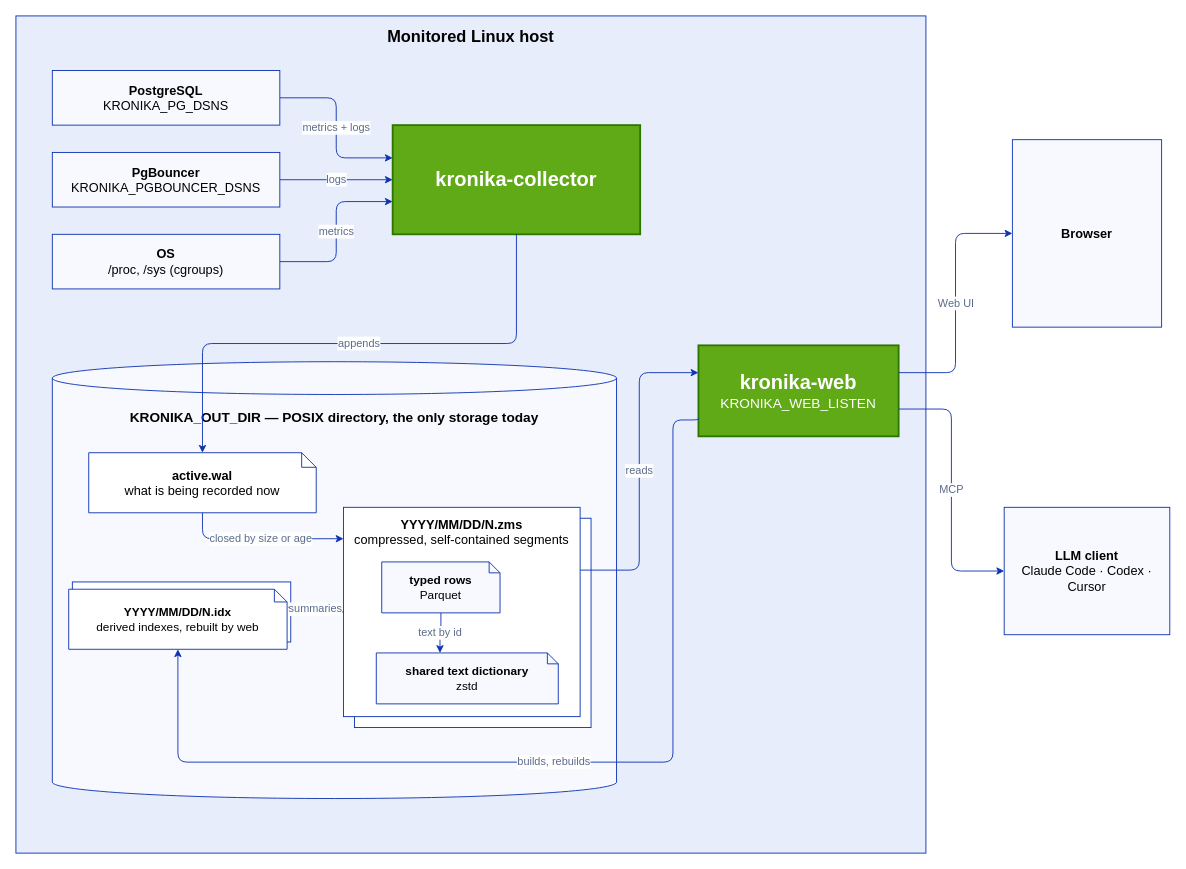
vadv/Kronika keeps this draw.io diagram as docs/diagrams/architecture.drawio. Above is the earlier version. Source tidied: cells renumbered, new cells numbered last; positions are measured from the earlier drawing's top-left corner, leaving out a move shared by most shapes. Both pictures are drawn from the tidied source at 91%, with x=0, y=0 at pixel (15, 15).
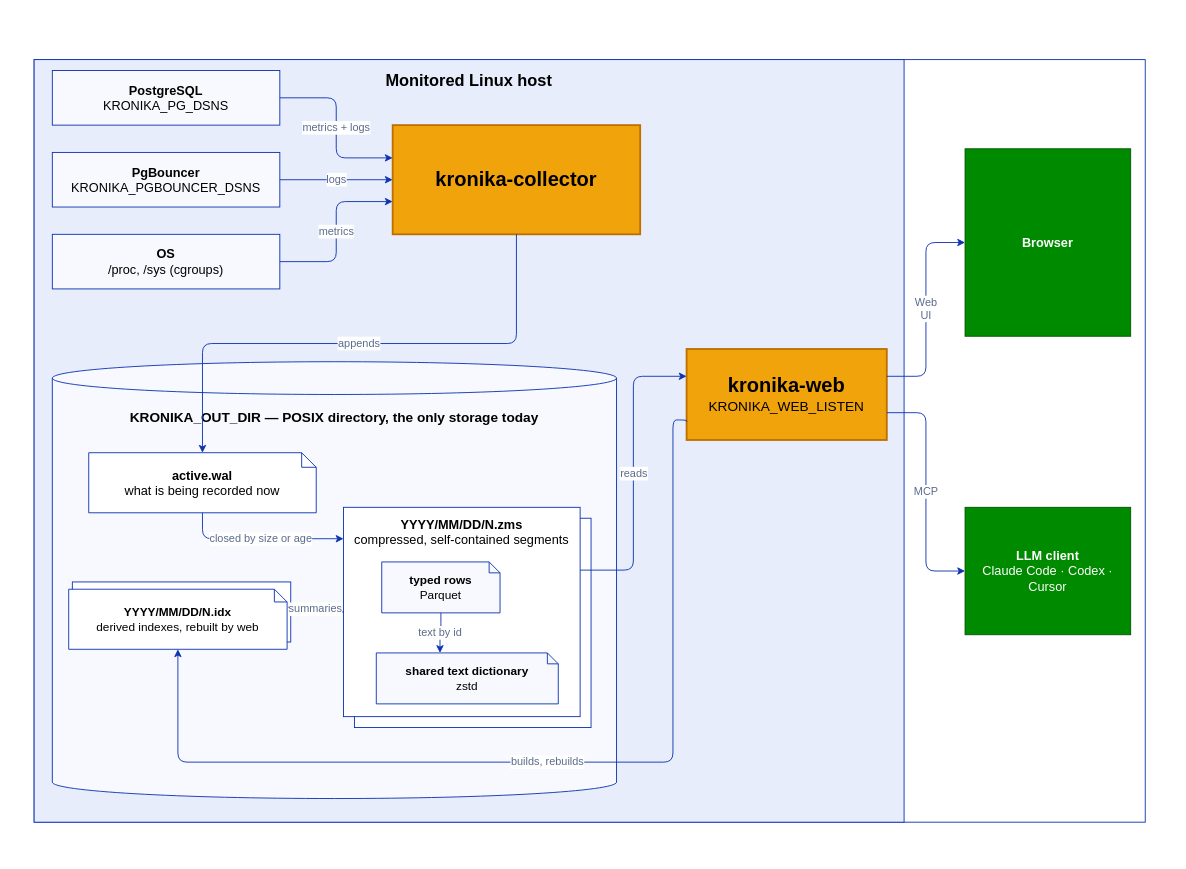
After the change.

Change to the diagram source:
```diff
@@
+    <mxCell id="29" style="rounded=0;whiteSpace=wrap;html=1;fillColor=none;strokeColor=#0d32b2;verticalAlign=top;fontSize=18;fontStyle=1;align=center;spacingTop=6;" parent="1" vertex="1">
+      <mxGeometry x="20" y="48" width="1221" height="838" as="geometry" />
+    </mxCell>
     <mxCell id="2" value="Monitored Linux host" style="rounded=0;whiteSpace=wrap;html=1;fillColor=#E8EDFB;strokeColor=#0d32b2;verticalAlign=top;fontSize=18;fontStyle=1;align=center;spacingTop=6;" parent="1" vertex="1">
-      <mxGeometry width="1000" height="920" as="geometry" />
+      <mxGeometry x="20" y="48" width="956" height="838" as="geometry" />
     </mxCell>
@@
-    <mxCell id="6" value="&lt;b&gt;&lt;font style=&quot;font-size: 22px;&quot;&gt;kronika-collector&lt;/font&gt;&lt;/b&gt;" style="rounded=0;whiteSpace=wrap;html=1;fillColor=#60a917;strokeColor=#2D7600;strokeWidth=2;fontSize=15;fontColor=#ffffff;" parent="1" vertex="1">
+    <mxCell id="6" value="&lt;b&gt;&lt;font style=&quot;font-size: 22px;&quot;&gt;kronika-collector&lt;/font&gt;&lt;/b&gt;" style="rounded=0;whiteSpace=wrap;html=1;fillColor=#f0a30a;strokeColor=#BD7000;strokeWidth=2;fontSize=15;fontColor=#000000;" parent="1" vertex="1">
       <mxGeometry x="414" y="120" width="272" height="120" as="geometry" />
     </mxCell>
@@
-    <mxCell id="22" value="&lt;b&gt;&lt;font style=&quot;font-size: 22px;&quot;&gt;kronika-web&lt;/font&gt;&lt;/b&gt;&lt;br&gt;KRONIKA_WEB_LISTEN" style="rounded=0;whiteSpace=wrap;html=1;fillColor=#60a917;strokeColor=#2D7600;strokeWidth=2;fontSize=15;fontColor=#ffffff;" parent="1" vertex="1">
-      <mxGeometry x="750" y="362" width="220" height="100" as="geometry" />
+    <mxCell id="22" value="&lt;b&gt;&lt;font style=&quot;font-size: 22px;&quot;&gt;kronika-web&lt;/font&gt;&lt;/b&gt;&lt;br&gt;KRONIKA_WEB_LISTEN" style="rounded=0;whiteSpace=wrap;html=1;fillColor=#f0a30a;strokeColor=#BD7000;strokeWidth=2;fontSize=15;fontColor=#000000;" parent="1" vertex="1">
+      <mxGeometry x="737" y="366" width="220" height="100" as="geometry" />
     </mxCell>
@@
-    <mxCell id="25" value="&lt;b&gt;Browser&lt;/b&gt;" style="rounded=0;whiteSpace=wrap;html=1;fillColor=#F7F9FE;strokeColor=#0d32b2;fontSize=14;" parent="1" vertex="1">
-      <mxGeometry x="1095" y="136" width="164" height="206" as="geometry" />
+    <mxCell id="25" value="&lt;b&gt;Browser&lt;/b&gt;" style="rounded=0;whiteSpace=wrap;html=1;fillColor=#008a00;strokeColor=#005700;fontSize=14;fontColor=#ffffff;" parent="1" vertex="1">
+      <mxGeometry x="1043" y="146" width="182" height="206" as="geometry" />
     </mxCell>
-    <mxCell id="26" value="&lt;b&gt;LLM client&lt;/b&gt;&lt;br&gt;Claude Code · Codex · Cursor" style="rounded=0;whiteSpace=wrap;html=1;fillColor=#F7F9FE;strokeColor=#0d32b2;fontSize=14;" parent="1" vertex="1">
-      <mxGeometry x="1086" y="540" width="182" height="140" as="geometry" />
+    <mxCell id="26" value="&lt;b&gt;LLM client&lt;/b&gt;&lt;br&gt;Claude Code · Codex · Cursor" style="rounded=0;whiteSpace=wrap;html=1;fillColor=#008a00;strokeColor=#005700;fontSize=14;fontColor=#ffffff;" parent="1" vertex="1">
+      <mxGeometry x="1043" y="540" width="182" height="140" as="geometry" />
     </mxCell>
-    <mxCell id="27" value="Web UI" style="edgeStyle=orthogonalEdgeStyle;rounded=1;html=1;strokeColor=#0d32b2;fontSize=12;fontColor=#5b6b8c;exitX=1;exitY=0.3;entryX=0;entryY=0.5;" parent="1" edge="1" source="22" target="25">
+    <mxCell id="27" value="Web&lt;div&gt;UI&lt;/div&gt;" style="edgeStyle=orthogonalEdgeStyle;rounded=1;html=1;strokeColor=#0d32b2;fontSize=12;fontColor=#5b6b8c;exitX=1;exitY=0.3;entryX=0;entryY=0.5;" parent="1" edge="1" source="22" target="25">
       <mxGeometry relative="1" as="geometry" />
     </mxCell>
```
